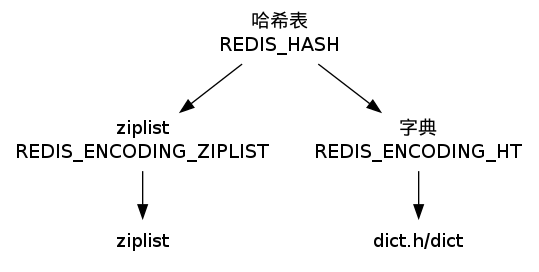
This is datatype/image/redis_hash.png from huangzworks/redisbook, a Graphviz export, as it was before one commit. Its source is kept beside it as datatype/image/redis_hash.dot. Source of this version:
```dot
digraph redis_hash {

    node [shape=plaintext];


    REDIS_HASH [label="哈希表\nREDIS_HASH"];


    REDIS_ENCODING_ZIPLIST [label="ziplist\nREDIS_ENCODING_ZIPLIST"];
    REDIS_ENCODING_HT [label="字典\nREDIS_ENCODING_HT"];


    REDIS_HASH -> REDIS_ENCODING_ZIPLIST;
    REDIS_HASH -> REDIS_ENCODING_HT;


    ziplist [label="ziplist"];

    REDIS_ENCODING_ZIPLIST -> ziplist;


    dict [label="dict.h/dict"];

    REDIS_ENCODING_HT -> dict;
}
```
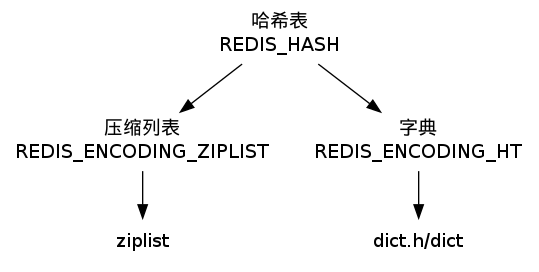
After the commit.

What changed in the source:
```diff
@@ -6,7 +6,7 @@
     REDIS_HASH [label="哈希表\nREDIS_HASH"];
 
 
-    REDIS_ENCODING_ZIPLIST [label="ziplist\nREDIS_ENCODING_ZIPLIST"];
+    REDIS_ENCODING_ZIPLIST [label="压缩列表\nREDIS_ENCODING_ZIPLIST"];
     REDIS_ENCODING_HT [label="字典\nREDIS_ENCODING_HT"];
 
 
```
